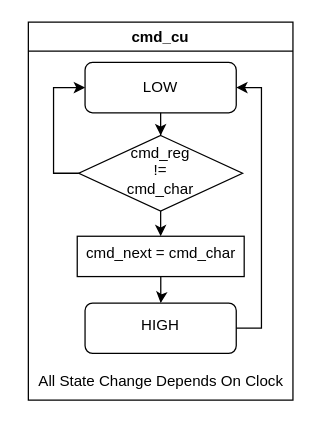
This is cmd_cu ASM.drawio from cong2738/FPGA_Harman, a draw.io file, before an edit. Source tidied: cells renumbered, new cells numbered last; positions are measured from the earlier drawing's top-left corner, leaving out a move shared by most shapes. Both pictures are drawn from the tidied source at 126%, with x=0, y=0 at pixel (20, 21).
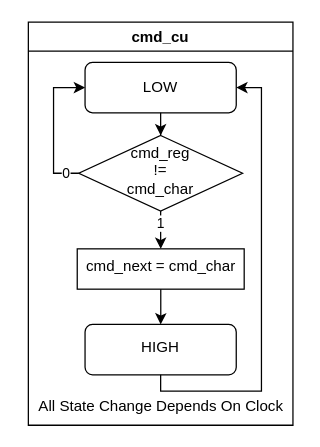
Above is the later version.

Diff of the diagram source:
```diff
@@
 <mxGraphModel>
   <root>
     <mxCell id="0" />
     <mxCell id="1" parent="0" />
     <mxCell id="2" value="cmd_cu" style="swimlane;whiteSpace=wrap;html=1;" parent="1" vertex="1">
-      <mxGeometry x="6" width="210" height="300" as="geometry" />
+      <mxGeometry x="6" width="210" height="320" as="geometry" />
     </mxCell>
     <mxCell id="3" value="All State Change Depends On Clock" style="text;html=1;align=center;verticalAlign=middle;strokeColor=none;fillColor=none;" parent="2" vertex="1">
-      <mxGeometry x="-5.5" y="270" width="220" height="30" as="geometry" />
+      <mxGeometry x="-5" y="290" width="220" height="30" as="geometry" />
     </mxCell>
     <mxCell id="4" style="group;" parent="2" vertex="1">
-      <mxGeometry x="20" y="32" width="165" height="238" as="geometry" />
+      <mxGeometry x="20" y="32" width="165" height="248" as="geometry" />
     </mxCell>
     <mxCell id="5" style="edgeStyle=orthogonalEdgeStyle;rounded=0;jettySize=auto;html=1;" parent="4" edge="1" source="6" target="8">
       <mxGeometry relative="1" as="geometry" />
     </mxCell>
     <mxCell id="6" value="LOW" style="rounded=1;whiteSpace=wrap;html=1;fontSize=12;glass=0;strokeWidth=1;shadow=0;" parent="4" vertex="1">
       <mxGeometry x="25" width="120" height="40" as="geometry" />
     </mxCell>
-    <mxCell id="7" style="edgeStyle=orthogonalEdgeStyle;rounded=0;jettySize=auto;html=1;entryX=0;entryY=0.5;entryDx=0;entryDy=0;" parent="4" edge="1" source="8" target="6">
-      <mxGeometry relative="1" as="geometry">
+    <mxCell id="7" value="0" style="edgeStyle=orthogonalEdgeStyle;rounded=0;jettySize=auto;html=1;entryX=0;entryY=0.5;entryDx=0;entryDy=0;" parent="4" edge="1" source="8" target="6">
+      <mxGeometry x="-0.82" relative="1" as="geometry">
         <Array as="points">
           <mxPoint y="88" />
           <mxPoint y="20" />
         </Array>
       </mxGeometry>
     </mxCell>
     <mxCell id="8" value="cmd_reg&lt;div&gt;!=&lt;/div&gt;&lt;div&gt;cmd_char&lt;/div&gt;" style="rhombus;whiteSpace=wrap;html=1;shadow=0;fontFamily=Helvetica;fontSize=12;align=center;strokeWidth=1;spacing=6;spacingTop=-4;" parent="4" vertex="1">
       <mxGeometry x="20" y="58" width="130" height="60" as="geometry" />
     </mxCell>
     <mxCell id="9" value="cmd_next = cmd_char" style="whiteSpace=wrap;html=1;shadow=0;strokeWidth=1;spacing=6;spacingTop=-4;" parent="4" vertex="1">
-      <mxGeometry x="18.8" y="138" width="132.5" height="32" as="geometry" />
+      <mxGeometry x="18.8" y="148" width="132.5" height="32" as="geometry" />
     </mxCell>
-    <mxCell id="10" style="edgeStyle=orthogonalEdgeStyle;rounded=0;jettySize=auto;html=1;" parent="4" edge="1" source="8" target="9">
-      <mxGeometry relative="1" as="geometry" />
+    <mxCell id="10" value="1" style="edgeStyle=orthogonalEdgeStyle;rounded=0;jettySize=auto;html=1;" parent="4" edge="1" source="8" target="9">
+      <mxGeometry x="-0.33" relative="1" as="geometry" />
     </mxCell>
     <mxCell id="11" value="HIGH" style="rounded=1;whiteSpace=wrap;html=1;shadow=0;strokeWidth=1;spacing=6;spacingTop=-4;" parent="4" vertex="1">
-      <mxGeometry x="25" y="191" width="120" height="40" as="geometry" />
+      <mxGeometry x="25" y="208" width="120" height="40" as="geometry" />
     </mxCell>
+    <mxCell id="13" style="edgeStyle=orthogonalEdgeStyle;rounded=0;jettySize=auto;html=1;entryX=0.5;entryY=0;entryDx=0;entryDy=0;" parent="4" edge="1" source="9" target="11">
+      <mxGeometry relative="1" as="geometry" />
+    </mxCell>
     <mxCell id="12" style="edgeStyle=orthogonalEdgeStyle;rounded=0;jettySize=auto;html=1;entryX=1;entryY=0.5;entryDx=0;entryDy=0;" parent="4" edge="1" source="11" target="6">
       <mxGeometry relative="1" as="geometry">
         <Array as="points">
-          <mxPoint x="165" y="211" />
+          <mxPoint x="165" y="261" />
           <mxPoint x="165" y="20" />
         </Array>
       </mxGeometry>
     </mxCell>
-    <mxCell id="13" style="edgeStyle=orthogonalEdgeStyle;rounded=0;jettySize=auto;html=1;entryX=0.5;entryY=0;entryDx=0;entryDy=0;" parent="4" edge="1" source="9" target="11">
-      <mxGeometry relative="1" as="geometry" />
-    </mxCell>
   </root>
 </mxGraphModel>
```
